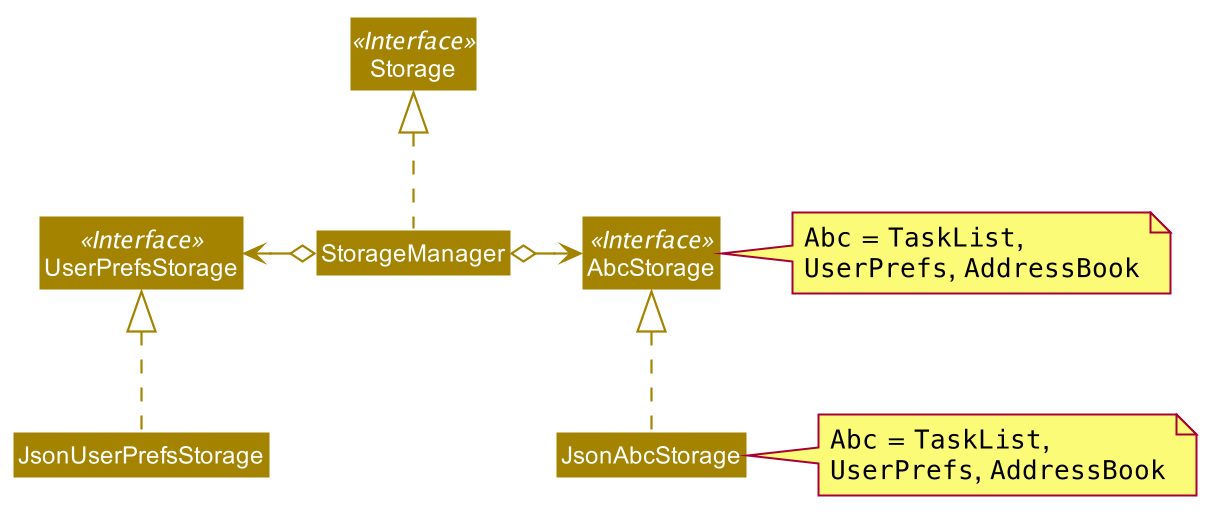
Above: docs/images/storage/StorageClassDiagram.png in urieltan/tp (PlantUML), before the change. The source it was exported from:
```plantuml
@startuml








skinparam BackgroundColor #FFFFFFF

skinparam Shadowing false

skinparam Class {
    FontColor #FFFFFF
    BorderThickness 1
    BorderColor #FFFFFF
    StereotypeFontColor #FFFFFF
    FontName Arial
}

skinparam Actor {
    BorderColor #000000
    Color #000000
    FontName Arial
}

skinparam Sequence {
    MessageAlign center
    BoxFontSize 15
    BoxPadding 0
    BoxFontColor #FFFFFF
    FontName Arial
}

skinparam Participant {
    FontColor #FFFFFFF
    Padding 20
}

skinparam MinClassWidth 50
skinparam ParticipantPadding 10
skinparam Shadowing false
skinparam DefaultTextAlignment center
skinparam packageStyle Rectangle

hide footbox
hide members
hide circle
skinparam arrowThickness 1.1
skinparam arrowColor #A38300
skinparam classBackgroundColor #A38300



note right of AbcStorage
""Abc"" = ""TaskList"",
""UserPrefs"", ""AddressBook""
end note
note right of JsonAbcStorage
""Abc"" = ""TaskList"",
""UserPrefs"", ""AddressBook""
end note
Class Storage <<Interface>>
Class UserPrefsStorage <<Interface>>
Class AbcStorage <<Interface>>
Class StorageManager
Class JsonUserPrefsStorage
Class JsonAbcStorage


StorageManager .up.|> Storage
StorageManager o-left> UserPrefsStorage
StorageManager o-right> AbcStorage
JsonUserPrefsStorage .up.|> UserPrefsStorage
JsonAbcStorage .up.|> AbcStorage
@enduml
```
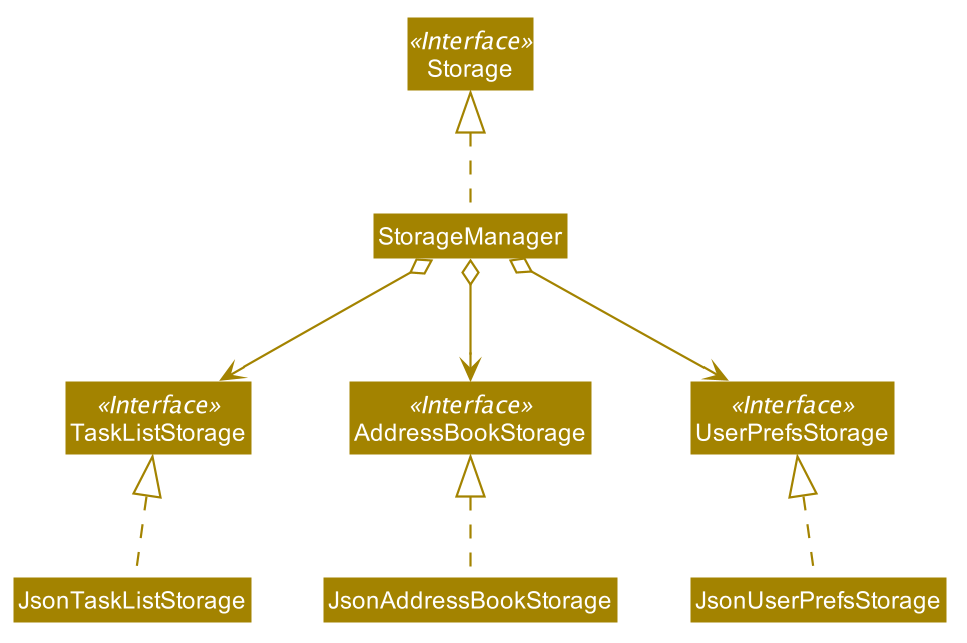
After the change.

Diff of the diagram source:
```diff
@@ -52,26 +52,21 @@
 skinparam classBackgroundColor #A38300
 
 
-
-note right of AbcStorage
-""Abc"" = ""TaskList"",
-""UserPrefs"", ""AddressBook""
-end note
-note right of JsonAbcStorage
-""Abc"" = ""TaskList"",
-""UserPrefs"", ""AddressBook""
-end note
 Class Storage <<Interface>>
 Class UserPrefsStorage <<Interface>>
-Class AbcStorage <<Interface>>
+Class TaskListStorage <<Interface>>
+Class AddressBookStorage <<Interface>>
 Class StorageManager
 Class JsonUserPrefsStorage
-Class JsonAbcStorage
+Class JsonTaskListStorage
 
 
 StorageManager .up.|> Storage
-StorageManager o-left> UserPrefsStorage
-StorageManager o-right> AbcStorage
+StorageManager o-down-> UserPrefsStorage
+StorageManager o-down-> AddressBookStorage
+StorageManager o-down-> TaskListStorage
+
 JsonUserPrefsStorage .up.|> UserPrefsStorage
-JsonAbcStorage .up.|> AbcStorage
+JsonAddressBookStorage .up.|> AddressBookStorage
+JsonTaskListStorage .up.|> TaskListStorage
 @enduml
```
